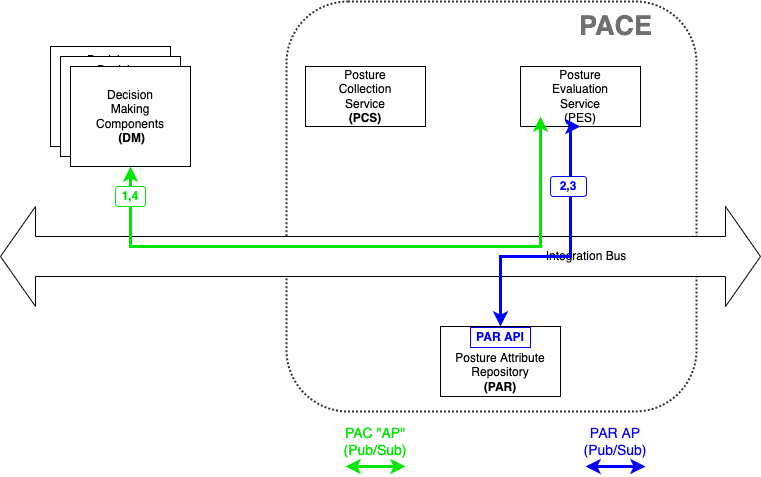
The draw.io diagram docs/UseCases/Images/retrieve_sbom_02.png in opencybersecurityalliance/PACE, before a commit. Source tidied: cells renumbered, new cells last; positions are measured from the earlier drawing's top-left corner, leaving out a move shared by most shapes.
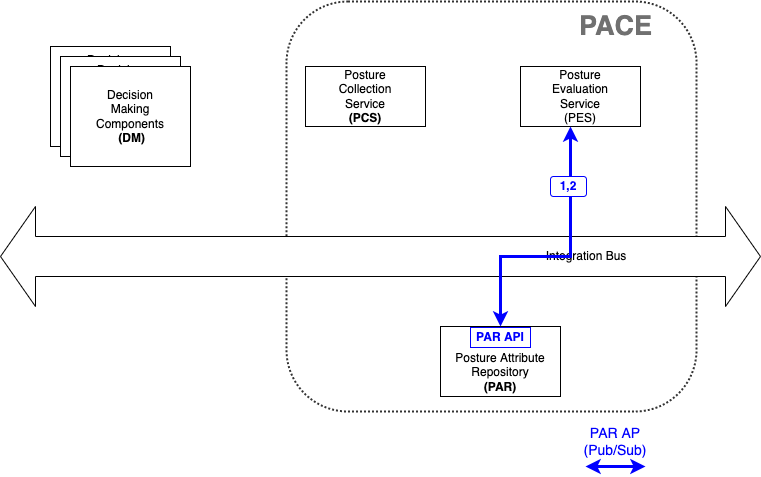
After the commit.

The edit, as a diff of the source:
```diff
@@ -26,27 +26,9 @@
     <mxCell id="9" value="Decision&lt;br&gt;Making&lt;br&gt;Components&lt;br&gt;&amp;nbsp;&lt;b&gt;(DM)&lt;/b&gt;" style="rounded=0;whiteSpace=wrap;html=1;" parent="1" vertex="1">
       <mxGeometry x="70" y="65" width="120" height="100" as="geometry" />
     </mxCell>
-    <mxCell id="10" style="endArrow=classic;startArrow=classic;html=1;rounded=0;strokeColor=#00E600;strokeWidth=3;startFill=1;endSize=6;exitX=0.5;exitY=1;exitDx=0;exitDy=0;endFill=1;sourcePerimeterSpacing=6;targetPerimeterSpacing=6;" parent="1" edge="1" source="9">
-      <mxGeometry relative="1" as="geometry">
-        <mxPoint x="540" y="115" as="targetPoint" />
-        <Array as="points">
-          <mxPoint x="130" y="245" />
-          <mxPoint x="540" y="245" />
-        </Array>
-      </mxGeometry>
-    </mxCell>
     <mxCell id="11" value="&lt;font color=&quot;#707070&quot;&gt;PACE&lt;/font&gt;" style="text;html=1;align=center;verticalAlign=middle;fillColor=none;strokeColor=none;rounded=0;dashed=1;dashPattern=1 1;opacity=80;fontStyle=1;fontSize=27;fontColor=#636363;" parent="1" vertex="1">
       <mxGeometry x="570" y="5" width="90" height="40" as="geometry" />
     </mxCell>
-    <mxCell id="12" style="endArrow=classic;startArrow=classic;html=1;rounded=0;fontColor=#0000FF;endSize=6;sourcePerimeterSpacing=6;targetPerimeterSpacing=6;strokeColor=#00E600;strokeWidth=3;" parent="1" edge="1">
-      <mxGeometry relative="1" as="geometry">
-        <mxPoint x="345" y="465" as="sourcePoint" />
-        <mxPoint x="405" y="465" as="targetPoint" />
-      </mxGeometry>
-    </mxCell>
-    <mxCell id="13" value="PAC &quot;AP&quot;&lt;br style=&quot;font-size: 14px&quot;&gt;(Pub/Sub)" style="text;html=1;strokeColor=none;fillColor=none;align=center;verticalAlign=middle;whiteSpace=wrap;rounded=0;fontColor=#00E600;fontSize=14;" parent="1" vertex="1">
-      <mxGeometry x="345" y="425" width="60" height="30" as="geometry" />
-    </mxCell>
     <mxCell id="14" style="endArrow=classic;startArrow=classic;html=1;rounded=0;fontColor=#0000FF;endSize=6;sourcePerimeterSpacing=6;targetPerimeterSpacing=6;strokeColor=#0000FF;strokeWidth=3;startFill=1;" parent="1" edge="1">
       <mxGeometry relative="1" as="geometry">
         <mxPoint x="585" y="465" as="sourcePoint" />
@@ -56,21 +38,17 @@
     <mxCell id="15" value="PAR AP&lt;br style=&quot;font-size: 14px&quot;&gt;(Pub/Sub)" style="text;html=1;strokeColor=none;fillColor=none;align=center;verticalAlign=middle;whiteSpace=wrap;rounded=0;fontColor=#0000FF;fontSize=14;" parent="1" vertex="1">
       <mxGeometry x="575" y="425" width="80" height="30" as="geometry" />
     </mxCell>
-    <mxCell id="16" style="endArrow=classic;startArrow=classic;html=1;rounded=0;fontColor=#FF0000;strokeColor=#0000FF;exitX=0.5;exitY=1;exitDx=0;exitDy=0;entryX=0.5;entryY=0;entryDx=0;entryDy=0;edgeStyle=orthogonalEdgeStyle;strokeWidth=3;startFill=1;" parent="1" edge="1" source="5" target="6">
+    <mxCell id="16" style="endArrow=classic;startArrow=classic;html=1;rounded=0;fontColor=#FF0000;strokeColor=#0000FF;entryX=0.5;entryY=0;entryDx=0;entryDy=0;edgeStyle=orthogonalEdgeStyle;strokeWidth=3;startFill=1;" parent="1" edge="1" source="5" target="6">
       <mxGeometry relative="1" as="geometry">
         <Array as="points">
-          <mxPoint x="570" y="125" />
           <mxPoint x="570" y="255" />
           <mxPoint x="500" y="255" />
         </Array>
       </mxGeometry>
     </mxCell>
-    <mxCell id="17" value="2,3" style="rounded=1;whiteSpace=wrap;html=1;fontColor=#0000FF;strokeColor=#0000FF;strokeWidth=1;fontStyle=1;" parent="1" vertex="1">
+    <mxCell id="17" value="1,2" style="rounded=1;whiteSpace=wrap;html=1;fontColor=#0000FF;strokeColor=#0000FF;strokeWidth=1;fontStyle=1;" parent="1" vertex="1">
       <mxGeometry x="550" y="175" width="36" height="20" as="geometry" />
     </mxCell>
-    <mxCell id="18" value="1,4" style="rounded=1;whiteSpace=wrap;html=1;fontColor=#00E600;strokeColor=#00E600;strokeWidth=1;fontStyle=1;" parent="1" vertex="1">
-      <mxGeometry x="115" y="185" width="30" height="20" as="geometry" />
-    </mxCell>
     <mxCell id="19" value="PAR API" style="rounded=0;whiteSpace=wrap;html=1;fontColor=#0000FF;strokeColor=#0000FF;fontStyle=1;" parent="1" vertex="1">
       <mxGeometry x="470" y="326" width="60" height="20" as="geometry" />
     </mxCell>
```
